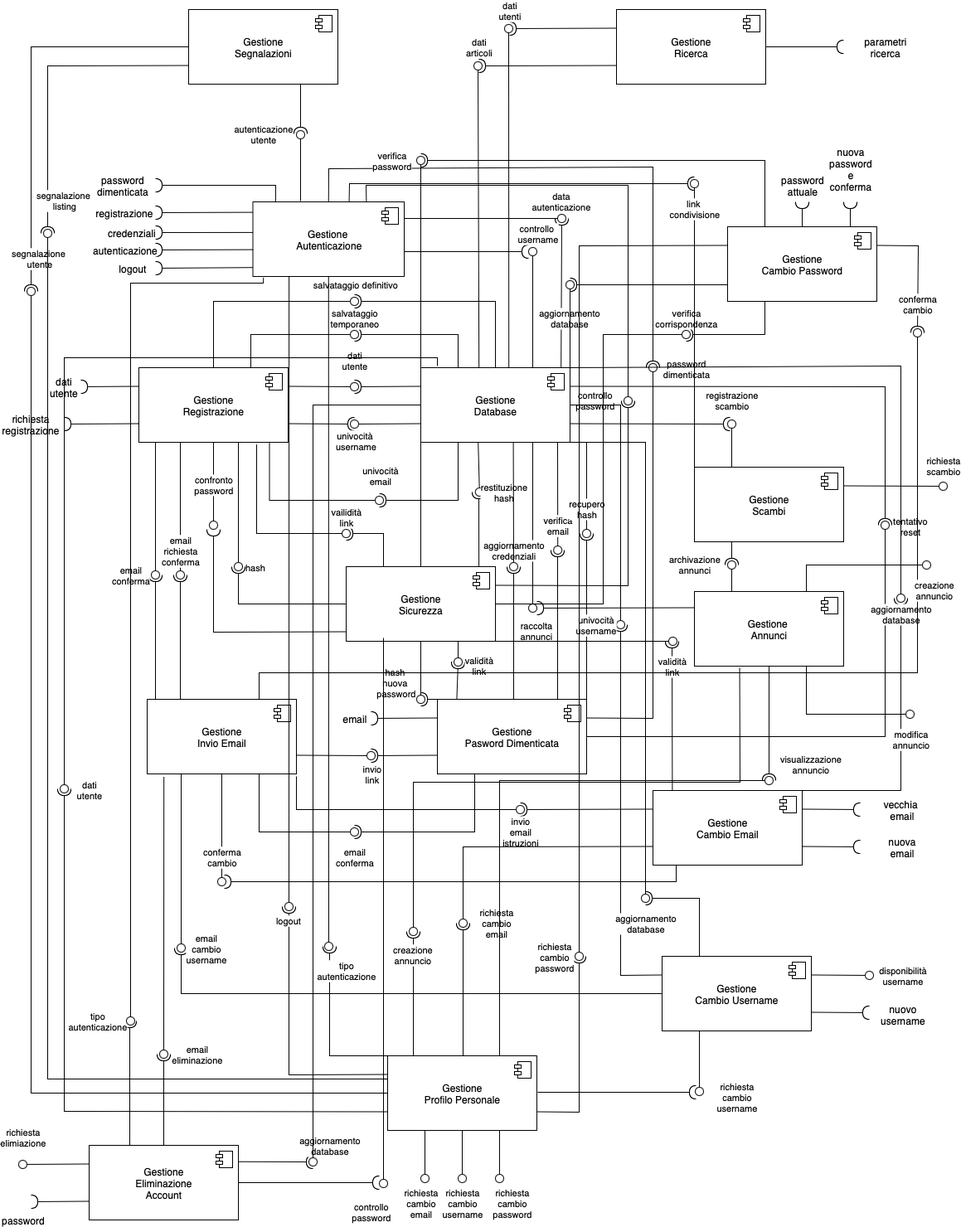
Above: images/Diagramma_delle_componenti.png in lapoma/Swappily (draw.io), before the change. Source tidied: cells renumbered, new cells last; positions are measured from the earlier drawing's top-left corner, leaving out a move shared by most shapes.
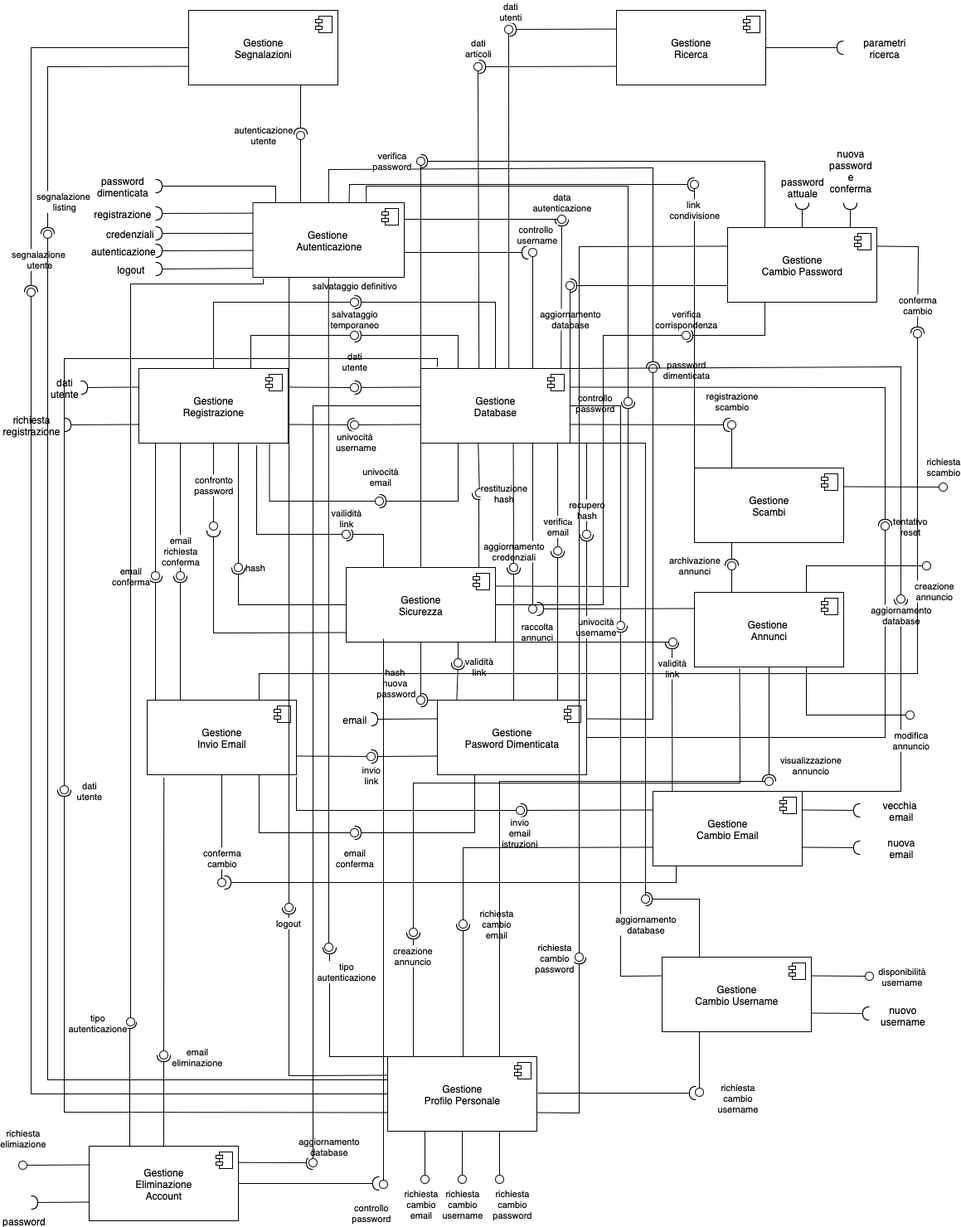
After the change.

What changed in the source:
```diff
@@ -806,20 +806,6 @@
     <mxCell id="158" style="ellipse;whiteSpace=wrap;html=1;align=center;fillColor=none;strokeColor=none;perimeter=centerPerimeter;" parent="1" vertex="1">
       <mxGeometry x="686" y="692" width="10" height="10" as="geometry" />
     </mxCell>
-    <mxCell id="159" style="rounded=0;jettySize=auto;html=1;endArrow=halfCircle;endFill=0;endSize=6;strokeWidth=1;sketch=0;exitX=0;exitY=0.5;exitDx=0;exitDy=0;" parent="1" edge="1" source="145">
-      <mxGeometry relative="1" as="geometry">
-        <mxPoint x="191" y="1132" as="targetPoint" />
-        <Array as="points">
-          <mxPoint x="191" y="1187" />
-        </Array>
-      </mxGeometry>
-    </mxCell>
-    <mxCell id="160" value="email&lt;div&gt;cambio&lt;/div&gt;&lt;div&gt;username&lt;/div&gt;" style="rounded=0;orthogonalLoop=1;jettySize=auto;html=1;endArrow=oval;endFill=0;sketch=0;sourcePerimeterSpacing=0;targetPerimeterSpacing=0;endSize=10;exitX=0.25;exitY=1;exitDx=0;exitDy=0;exitPerimeter=0;" parent="1" edge="1">
-      <mxGeometry x="1" y="30" relative="1" as="geometry">
-        <mxPoint x="191" y="922" as="sourcePoint" />
-        <mxPoint x="191" y="1132" as="targetPoint" />
-      </mxGeometry>
-    </mxCell>
     <mxCell id="161" style="ellipse;whiteSpace=wrap;html=1;align=center;fillColor=none;strokeColor=none;perimeter=centerPerimeter;" parent="1" vertex="1">
       <mxGeometry x="686" y="1002" width="10" height="10" as="geometry" />
     </mxCell>
```
